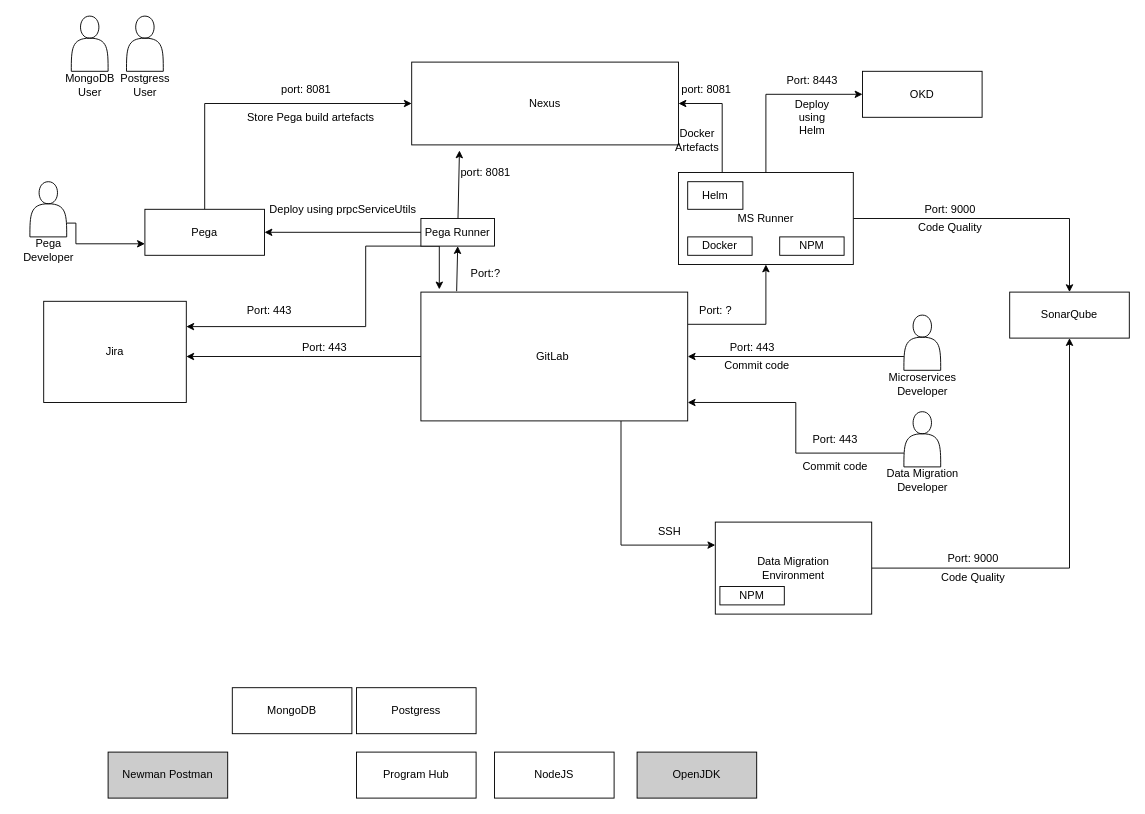
Before: Untitled Diagram.drawio in thouseefkm/My-Dashboard, a draw.io diagram. Source tidied: cells renumbered, new cells numbered last; positions are measured from the earlier drawing's top-left corner, leaving out a move shared by most shapes. Both pictures are drawn from the tidied source at 92%, with x=0, y=0 at pixel (16, 16).
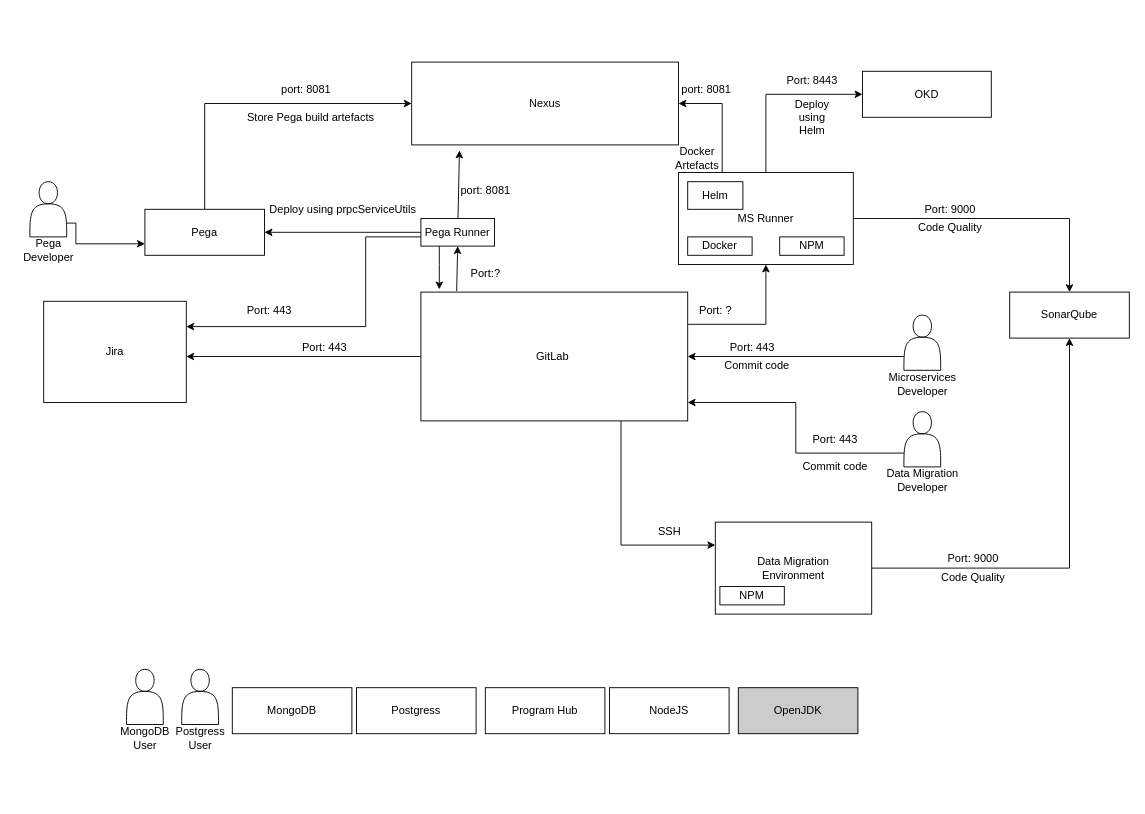
Above is the later version.

The change refers to these unchanged cells:
```xml
<mxCell id="8" value="GitLab&amp;nbsp;" style="rounded=0;whiteSpace=wrap;html=1;" parent="1" vertex="1">
  <mxGeometry x="440" y="300" width="290" height="140" as="geometry" />
</mxCell>
<mxCell id="36" value="Jira" style="rounded=0;whiteSpace=wrap;html=1;" parent="1" vertex="1">
  <mxGeometry x="30" y="310" width="155" height="110" as="geometry" />
</mxCell>
<mxCell id="42" value="Pega Runner" style="rounded=0;whiteSpace=wrap;html=1;" parent="1" vertex="1">
  <mxGeometry x="440" y="220" width="80" height="30" as="geometry" />
</mxCell>
```

Diff of the diagram source:
```diff
@@
-    <mxCell id="11" value="Postgress &lt;br&gt;User" style="text;html=1;align=center;verticalAlign=middle;" parent="1" vertex="1">
-      <mxGeometry x="105" y="60" width="70" height="30" as="geometry" />
-    </mxCell>
-    <mxCell id="12" style="shape=actor;whiteSpace=wrap;html=1;" parent="1" vertex="1">
-      <mxGeometry x="120" width="40" height="60" as="geometry" />
-    </mxCell>
@@
-    <mxCell id="14" style="shape=actor;whiteSpace=wrap;html=1;" parent="1" vertex="1">
-      <mxGeometry x="60" width="40" height="60" as="geometry" />
-    </mxCell>
-    <mxCell id="15" value="MongoDB &lt;br&gt;User" style="text;html=1;align=center;verticalAlign=middle;" parent="1" vertex="1">
-      <mxGeometry x="45" y="60" width="70" height="30" as="geometry" />
-    </mxCell>
@@
     <mxCell id="18" value="Program Hub" style="rounded=0;whiteSpace=wrap;html=1;" parent="1" vertex="1">
-      <mxGeometry x="370" y="800" width="130" height="50" as="geometry" />
+      <mxGeometry x="510" y="730" width="130" height="50" as="geometry" />
     </mxCell>
@@
     <mxCell id="21" value="OKD" style="rounded=0;whiteSpace=wrap;html=1;" parent="1" vertex="1">
-      <mxGeometry x="920" y="60" width="130" height="50" as="geometry" />
+      <mxGeometry x="920" y="60" width="140" height="50" as="geometry" />
     </mxCell>
-    <mxCell id="22" value="Newman Postman" style="rounded=0;whiteSpace=wrap;html=1;fillColor=#CCCCCC;" parent="1" vertex="1">
-      <mxGeometry x="100" y="800" width="130" height="50" as="geometry" />
-    </mxCell>
@@
     <mxCell id="26" value="OpenJDK" style="rounded=0;whiteSpace=wrap;html=1;fillColor=#CCCCCC;" parent="1" vertex="1">
-      <mxGeometry x="675" y="800" width="130" height="50" as="geometry" />
+      <mxGeometry x="785" y="730" width="130" height="50" as="geometry" />
     </mxCell>
     <mxCell id="27" value="NodeJS" style="rounded=0;whiteSpace=wrap;html=1;" parent="1" vertex="1">
-      <mxGeometry x="520" y="800" width="130" height="50" as="geometry" />
+      <mxGeometry x="645" y="730" width="130" height="50" as="geometry" />
     </mxCell>
@@
     <mxCell id="40" style="edgeStyle=orthogonalEdgeStyle;rounded=0;jettySize=auto;html=1;exitX=0.25;exitY=1;exitDx=0;exitDy=0;entryX=1;entryY=0.25;entryDx=0;entryDy=0;" parent="1" edge="1" source="42" target="36">
       <mxGeometry relative="1" as="geometry">
         <Array as="points">
-          <mxPoint x="380" y="250" />
+          <mxPoint x="460" y="240" />
+          <mxPoint x="380" y="240" />
           <mxPoint x="380" y="338" />
         </Array>
       </mxGeometry>
     </mxCell>
     <mxCell id="41" style="edgeStyle=orthogonalEdgeStyle;rounded=0;jettySize=auto;html=1;exitX=0.25;exitY=1;exitDx=0;exitDy=0;entryX=0.069;entryY=-0.021;entryDx=0;entryDy=0;entryPerimeter=0;" parent="1" edge="1" source="42" target="8">
-      <mxGeometry relative="1" as="geometry" />
+      <mxGeometry relative="1" as="geometry">
+        <Array as="points">
+          <mxPoint x="460" y="270" />
+          <mxPoint x="460" y="270" />
+        </Array>
+      </mxGeometry>
     </mxCell>
@@
     <mxCell id="44" value="port: 8081" style="text;html=1;align=center;verticalAlign=middle;" parent="1" vertex="1">
-      <mxGeometry x="475" y="160" width="70" height="20" as="geometry" />
+      <mxGeometry x="475" y="180" width="70" height="20" as="geometry" />
     </mxCell>
@@
     <mxCell id="59" value="Docker&lt;br&gt;Artefacts" style="text;html=1;align=center;verticalAlign=middle;" parent="1" vertex="1">
-      <mxGeometry x="710" y="120" width="60" height="30" as="geometry" />
+      <mxGeometry x="710" y="140" width="60" height="30" as="geometry" />
     </mxCell>
@@
+    <mxCell id="11" value="Postgress &lt;br&gt;User" style="text;html=1;align=center;verticalAlign=middle;" parent="1" vertex="1">
+      <mxGeometry x="165" y="770" width="70" height="30" as="geometry" />
+    </mxCell>
+    <mxCell id="68" style="shape=actor;whiteSpace=wrap;html=1;" parent="1" vertex="1">
+      <mxGeometry x="180" y="710" width="40" height="60" as="geometry" />
+    </mxCell>
+    <mxCell id="69" style="shape=actor;whiteSpace=wrap;html=1;" parent="1" vertex="1">
+      <mxGeometry x="120" y="710" width="40" height="60" as="geometry" />
+    </mxCell>
+    <mxCell id="15" value="MongoDB &lt;br&gt;User" style="text;html=1;align=center;verticalAlign=middle;" parent="1" vertex="1">
+      <mxGeometry x="105" y="770" width="70" height="30" as="geometry" />
+    </mxCell>
```
